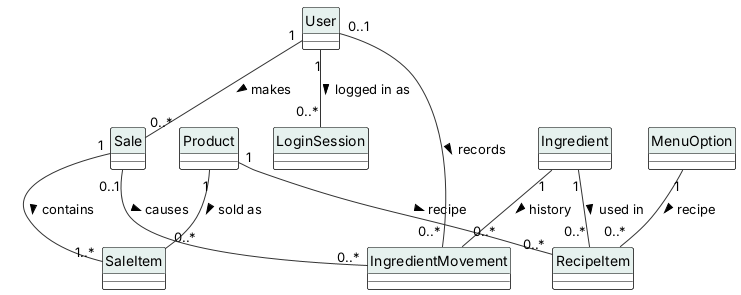
This is diagrams/uml/18_class_associations.png from JmlAsync/inventory-pos-system, a PlantUML export, as it was before one commit.
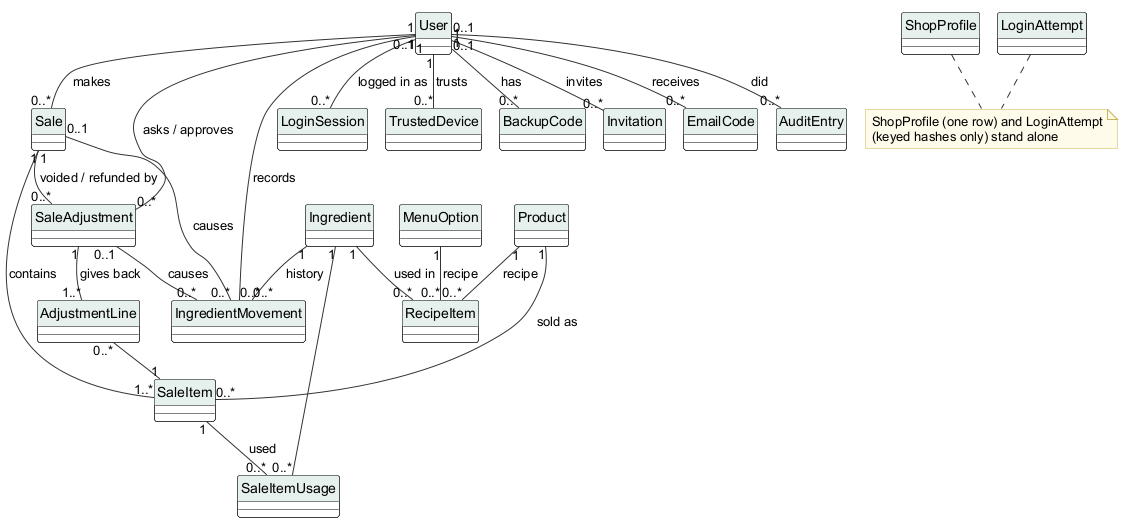
The same file after the commit.

Diff of the diagram source:
```diff
@@ -1,4 +1,5 @@
 @startuml
+!pragma layout smetana
 skinparam defaultFontName Arial
 skinparam shadowing false
 skinparam ArrowColor #333333
@@ -40,20 +41,45 @@
 class User
 class Sale
 class SaleItem
+class SaleItemUsage
+class SaleAdjustment
+class AdjustmentLine
 class Product
 class MenuOption
 class RecipeItem
 class Ingredient
 class IngredientMovement
 class LoginSession
+class TrustedDevice
+class BackupCode
+class Invitation
+class EmailCode
+class AuditEntry
+class ShopProfile
+class LoginAttempt
 User "1" -- "0..*" Sale : makes >
 User "1" -- "0..*" LoginSession : logged in as >
+User "1" -- "0..*" TrustedDevice : trusts >
+User "1" -- "0..*" BackupCode : has >
+User "1" -- "0..*" Invitation : invites >
+User "0..1" -- "0..*" EmailCode : receives >
+User "0..1" -- "0..*" AuditEntry : did >
 Sale "1" -- "1..*" SaleItem : contains >
+SaleItem "1" -- "0..*" SaleItemUsage : used >
+Ingredient "1" -- "0..*" SaleItemUsage
+Sale "1" -- "0..*" SaleAdjustment : voided / refunded by >
+SaleAdjustment "1" -- "1..*" AdjustmentLine : gives back >
+AdjustmentLine "0..*" -- "1" SaleItem
+User "1" -- "0..*" SaleAdjustment : asks / approves >
 Product "1" -- "0..*" SaleItem : sold as >
 Product "1" -- "0..*" RecipeItem : recipe >
 MenuOption "1" -- "0..*" RecipeItem : recipe >
 Ingredient "1" -- "0..*" RecipeItem : used in >
 Ingredient "1" -- "0..*" IngredientMovement : history >
 Sale "0..1" -- "0..*" IngredientMovement : causes >
+SaleAdjustment "0..1" -- "0..*" IngredientMovement : causes >
 User "0..1" -- "0..*" IngredientMovement : records >
+note "ShopProfile (one row) and LoginAttempt\n(keyed hashes only) stand alone" as N
+ShopProfile .. N
+LoginAttempt .. N
 @enduml
```
